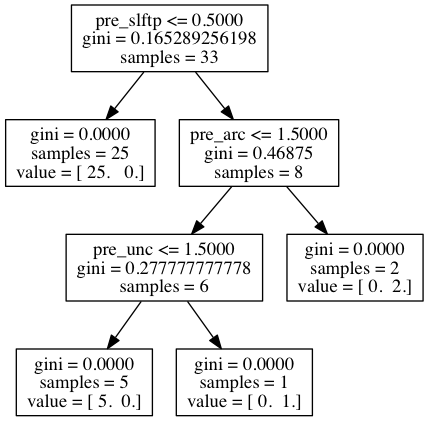
The Graphviz diagram neurosurgery_trees/preLANG.png in akeshavan/myscripts, before a commit. Its source is kept beside it as neurosurgery_trees/preLANG.dot.
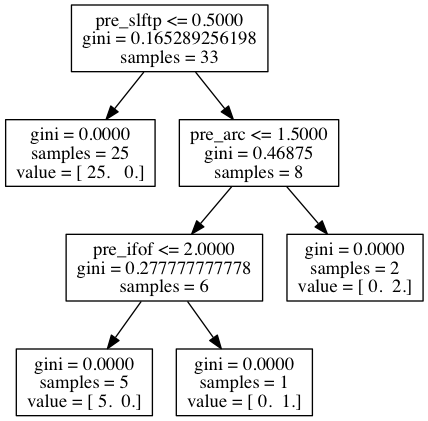
After the commit.

The edit, as a diff of the source:
```diff
@@ -4,7 +4,7 @@
 0 -> 1 ;
 2 [label="X[2] <= 1.5000\ngini = 0.46875\nsamples = 8", shape="box"] ;
 0 -> 2 ;
-3 [label="X[7] <= 1.5000\ngini = 0.277777777778\nsamples = 6", shape="box"] ;
+3 [label="X[6] <= 2.0000\ngini = 0.277777777778\nsamples = 6", shape="box"] ;
 2 -> 3 ;
 4 [label="gini = 0.0000\nsamples = 5\nvalue = [ 5.  0.]", shape="box"] ;
 3 -> 4 ;
```
